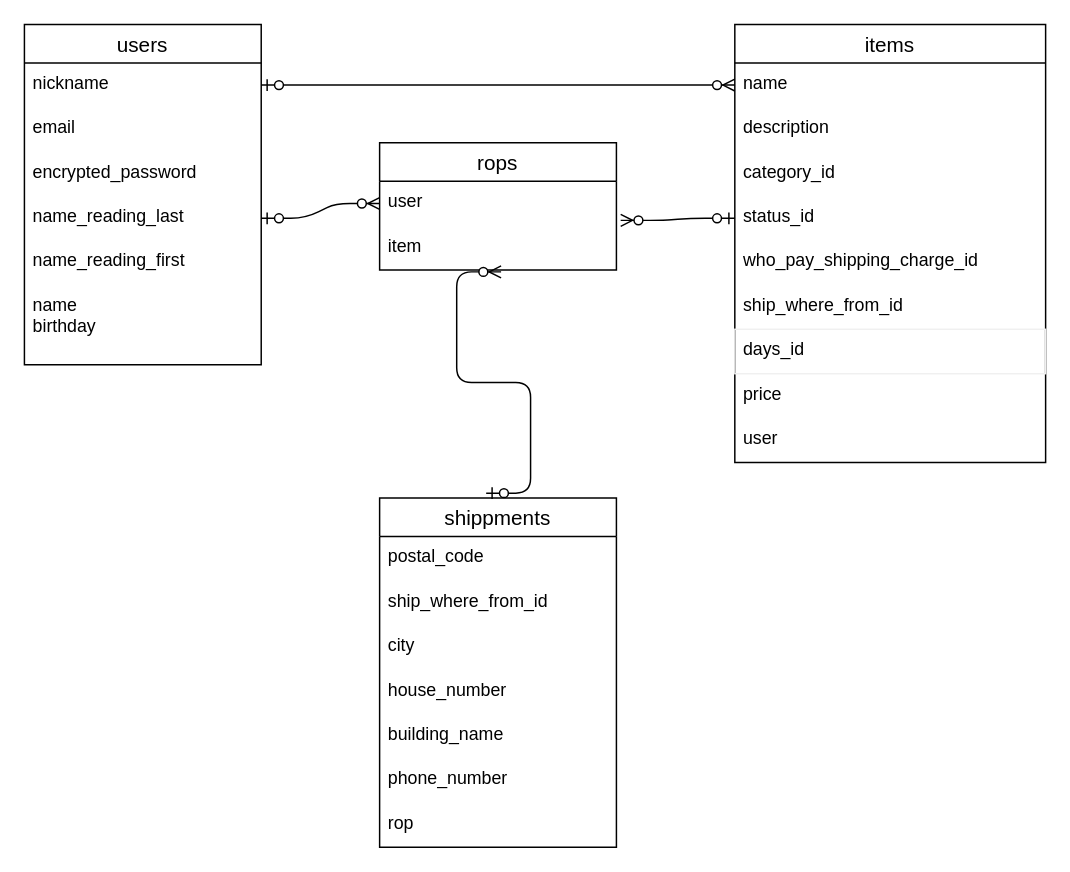
The draw.io diagram furima_er.dio in rureo/furima-34969, before the edit. Source tidied: cells renumbered, new cells numbered last; positions are measured from the earlier drawing's top-left corner, leaving out a move shared by most shapes. Both pictures are drawn from the tidied source at 148%, with x=0, y=0 at pixel (24, 24).
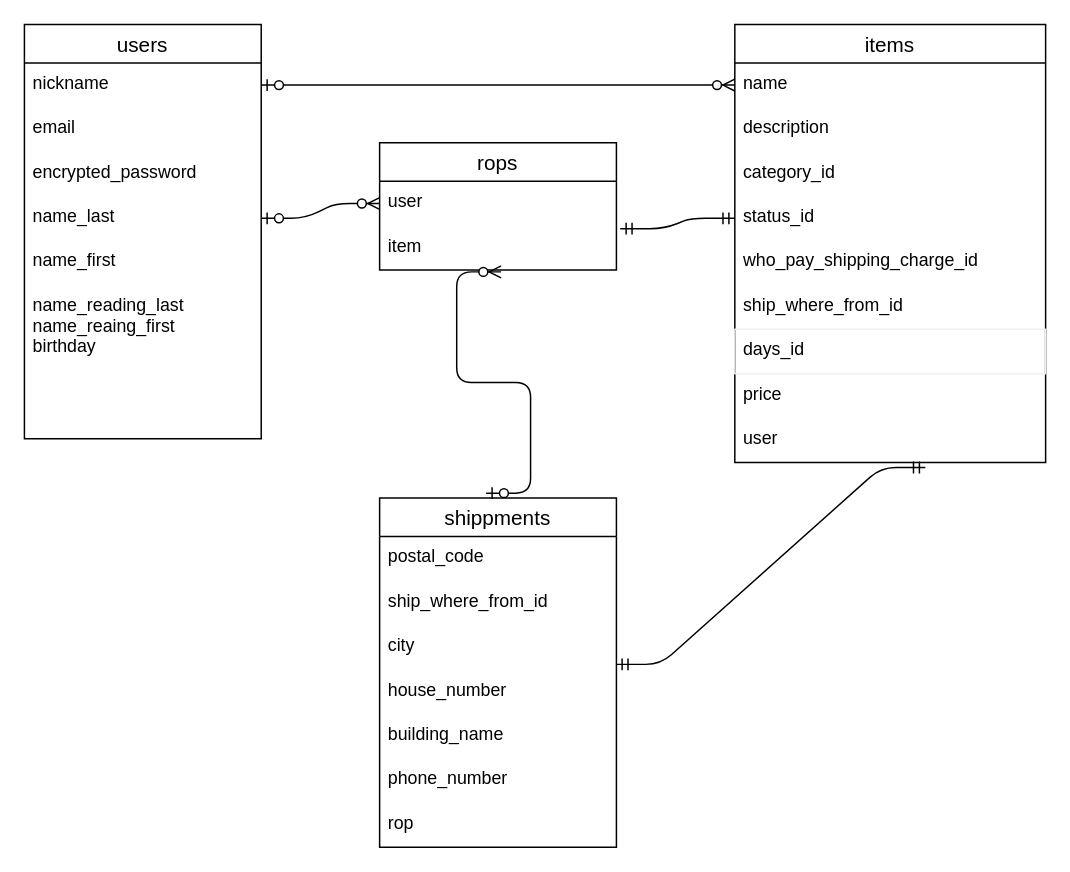
After the change.

Commit message (it also covers changes not shown here):
データベースの設計　修正

The change refers to these unchanged cells:
```xml
<mxCell id="13" value="status_id" style="text;strokeColor=none;fillColor=none;spacingLeft=4;spacingRight=4;overflow=hidden;points=[[0,0.5],[1,0.5]];portConstraint=eastwest;fontSize=12;" parent="9" vertex="1">
  <mxGeometry y="116" width="210" height="30" as="geometry" />
</mxCell>
<mxCell id="18" value="user" style="text;strokeColor=none;fillColor=none;spacingLeft=4;spacingRight=4;overflow=hidden;points=[[0,0.5],[1,0.5]];portConstraint=eastwest;fontSize=12;" parent="9" vertex="1">
  <mxGeometry y="266" width="210" height="30" as="geometry" />
</mxCell>
<mxCell id="23" value="house_number" style="text;strokeColor=none;fillColor=none;spacingLeft=4;spacingRight=4;overflow=hidden;points=[[0,0.5],[1,0.5]];portConstraint=eastwest;fontSize=12;" parent="19" vertex="1">
  <mxGeometry y="116" width="160" height="30" as="geometry" />
</mxCell>
<mxCell id="29" value="item" style="text;strokeColor=none;fillColor=none;spacingLeft=4;spacingRight=4;overflow=hidden;points=[[0,0.5],[1,0.5]];portConstraint=eastwest;fontSize=12;" parent="27" vertex="1">
  <mxGeometry y="56" width="160" height="30" as="geometry" />
</mxCell>
```

The edit, as a diff of the source:
```diff
@@
     <mxCell id="2" value="users" style="swimlane;fontStyle=0;horizontal=1;startSize=26;align=center;fontSize=14;" parent="1" vertex="1">
-      <mxGeometry width="160" height="230" as="geometry" />
+      <mxGeometry width="160" height="280" as="geometry" />
     </mxCell>
@@
-    <mxCell id="6" value="name_reading_last" style="text;strokeColor=none;fillColor=none;spacingLeft=4;spacingRight=4;overflow=hidden;points=[[0,0.5],[1,0.5]];portConstraint=eastwest;fontSize=12;" parent="2" vertex="1">
+    <mxCell id="6" value="name_last" style="text;strokeColor=none;fillColor=none;spacingLeft=4;spacingRight=4;overflow=hidden;points=[[0,0.5],[1,0.5]];portConstraint=eastwest;fontSize=12;" parent="2" vertex="1">
       <mxGeometry y="116" width="160" height="30" as="geometry" />
     </mxCell>
-    <mxCell id="7" value="name_reading_first" style="text;strokeColor=none;fillColor=none;spacingLeft=4;spacingRight=4;overflow=hidden;fontSize=12;" parent="2" vertex="1">
+    <mxCell id="7" value="name_first" style="text;strokeColor=none;fillColor=none;spacingLeft=4;spacingRight=4;overflow=hidden;fontSize=12;" parent="2" vertex="1">
       <mxGeometry y="146" width="160" height="30" as="geometry" />
     </mxCell>
-    <mxCell id="8" value="name&#10;birthday" style="text;strokeColor=none;fillColor=none;spacingLeft=4;spacingRight=4;overflow=hidden;fontSize=12;" parent="2" vertex="1">
-      <mxGeometry y="176" width="160" height="54" as="geometry" />
+    <mxCell id="8" value="name_reading_last&#10;name_reaing_first&#10;birthday" style="text;strokeColor=none;fillColor=none;spacingLeft=4;spacingRight=4;overflow=hidden;fontSize=12;" parent="2" vertex="1">
+      <mxGeometry y="176" width="160" height="104" as="geometry" />
     </mxCell>
@@
-    <mxCell id="31" style="edgeStyle=entityRelationEdgeStyle;fontSize=12;html=1;endArrow=ERzeroToMany;startArrow=ERzeroToOne;entryX=1.018;entryY=-0.12;entryDx=0;entryDy=0;entryPerimeter=0;exitX=0;exitY=0.5;exitDx=0;exitDy=0;" parent="1" edge="1" source="13" target="29">
-      <mxGeometry relative="1" as="geometry" />
-    </mxCell>
@@
+    <mxCell id="34" style="edgeStyle=entityRelationEdgeStyle;fontSize=12;html=1;endArrow=ERmandOne;startArrow=ERmandOne;exitX=0.999;exitY=-0.12;exitDx=0;exitDy=0;exitPerimeter=0;entryX=0.613;entryY=1.113;entryDx=0;entryDy=0;entryPerimeter=0;" parent="1" edge="1" source="23" target="18">
+      <mxGeometry relative="1" as="geometry" />
+    </mxCell>
+    <mxCell id="35" style="edgeStyle=entityRelationEdgeStyle;fontSize=12;html=1;endArrow=ERmandOne;startArrow=ERmandOne;entryX=0;entryY=0.5;entryDx=0;entryDy=0;exitX=1.016;exitY=0.067;exitDx=0;exitDy=0;exitPerimeter=0;" parent="1" edge="1" source="29" target="13">
+      <mxGeometry relative="1" as="geometry" />
+    </mxCell>
```
